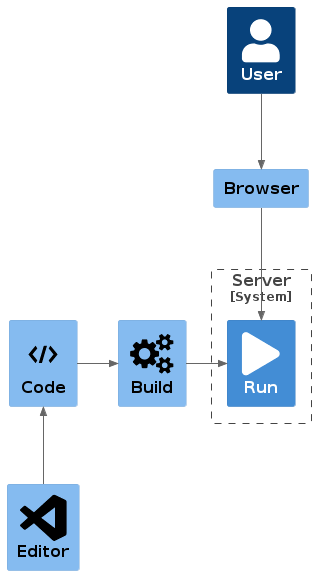
marcvanandel/programming-guide keeps this PlantUML diagram as img/full-view.png. Above is the earlier version. Its diagram source:
```plantuml
@startuml full-view

!include https://raw.githubusercontent.com/plantuml-stdlib/C4-PlantUML/master/C4_Component.puml
!include https://raw.githubusercontent.com/plantuml-stdlib/C4-PlantUML/master/C4_Container.puml

!define ICONURL https://raw.githubusercontent.com/tupadr3/plantuml-icon-font-sprites/v2.4.0
!includeurl ICONURL/devicons/code.puml
!includeurl ICONURL/font-awesome/cogs.puml
!includeurl ICONURL/font-awesome-5/play.puml
!includeurl ICONURL/devicons2/vscode.puml

HIDE_STEREOTYPE()

Person(user1, "User")
Component(client1, "Browser")
Component(codeAlias, "Code", $sprite="code")
Component(buildAlias, "Build", $sprite="cogs")
System_Boundary(c1, "Server") {
    Container(runAlias, "Run", $sprite="play")
}
Component(editorAlias, "Editor", $sprite="vscode")

Rel(user1, client1, " ")
Rel(client1, runAlias, " ")
Rel_R(codeAlias, buildAlias, " ")
Rel_R(buildAlias, runAlias, " ")
Rel_U(editorAlias, codeAlias, " ")

@enduml
```
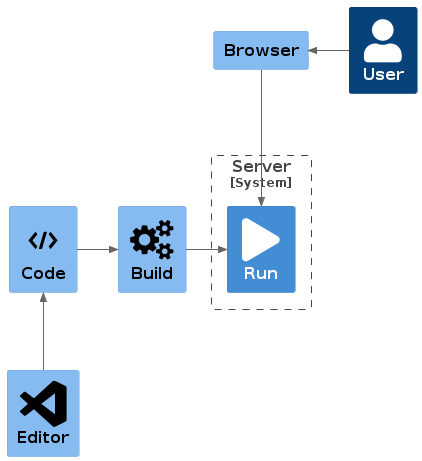
The same file after the commit.

Change to the diagram source:
```diff
@@ -20,7 +20,7 @@
 }
 Component(editorAlias, "Editor", $sprite="vscode")
 
-Rel(user1, client1, " ")
+Rel_L(user1, client1, " ")
 Rel(client1, runAlias, " ")
 Rel_R(codeAlias, buildAlias, " ")
 Rel_R(buildAlias, runAlias, " ")
```
